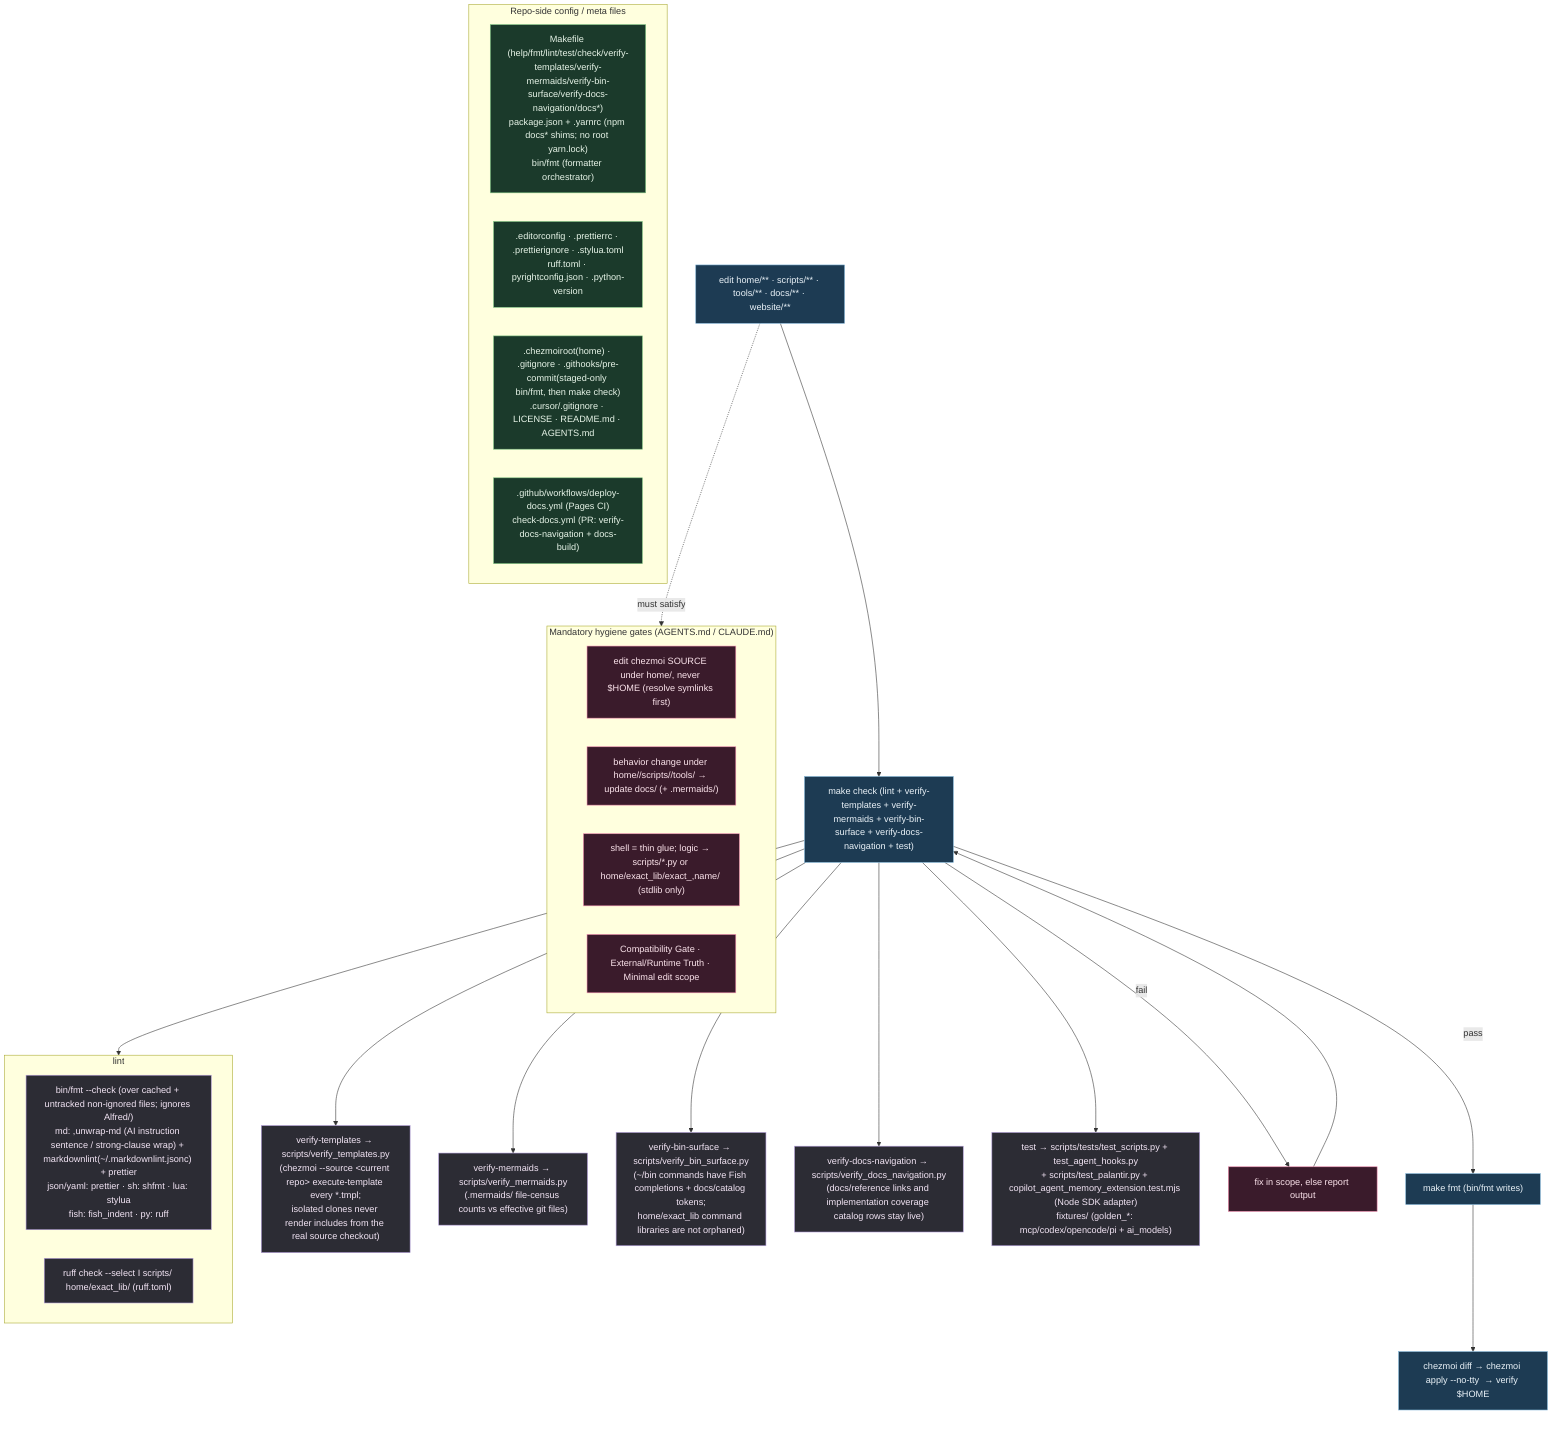
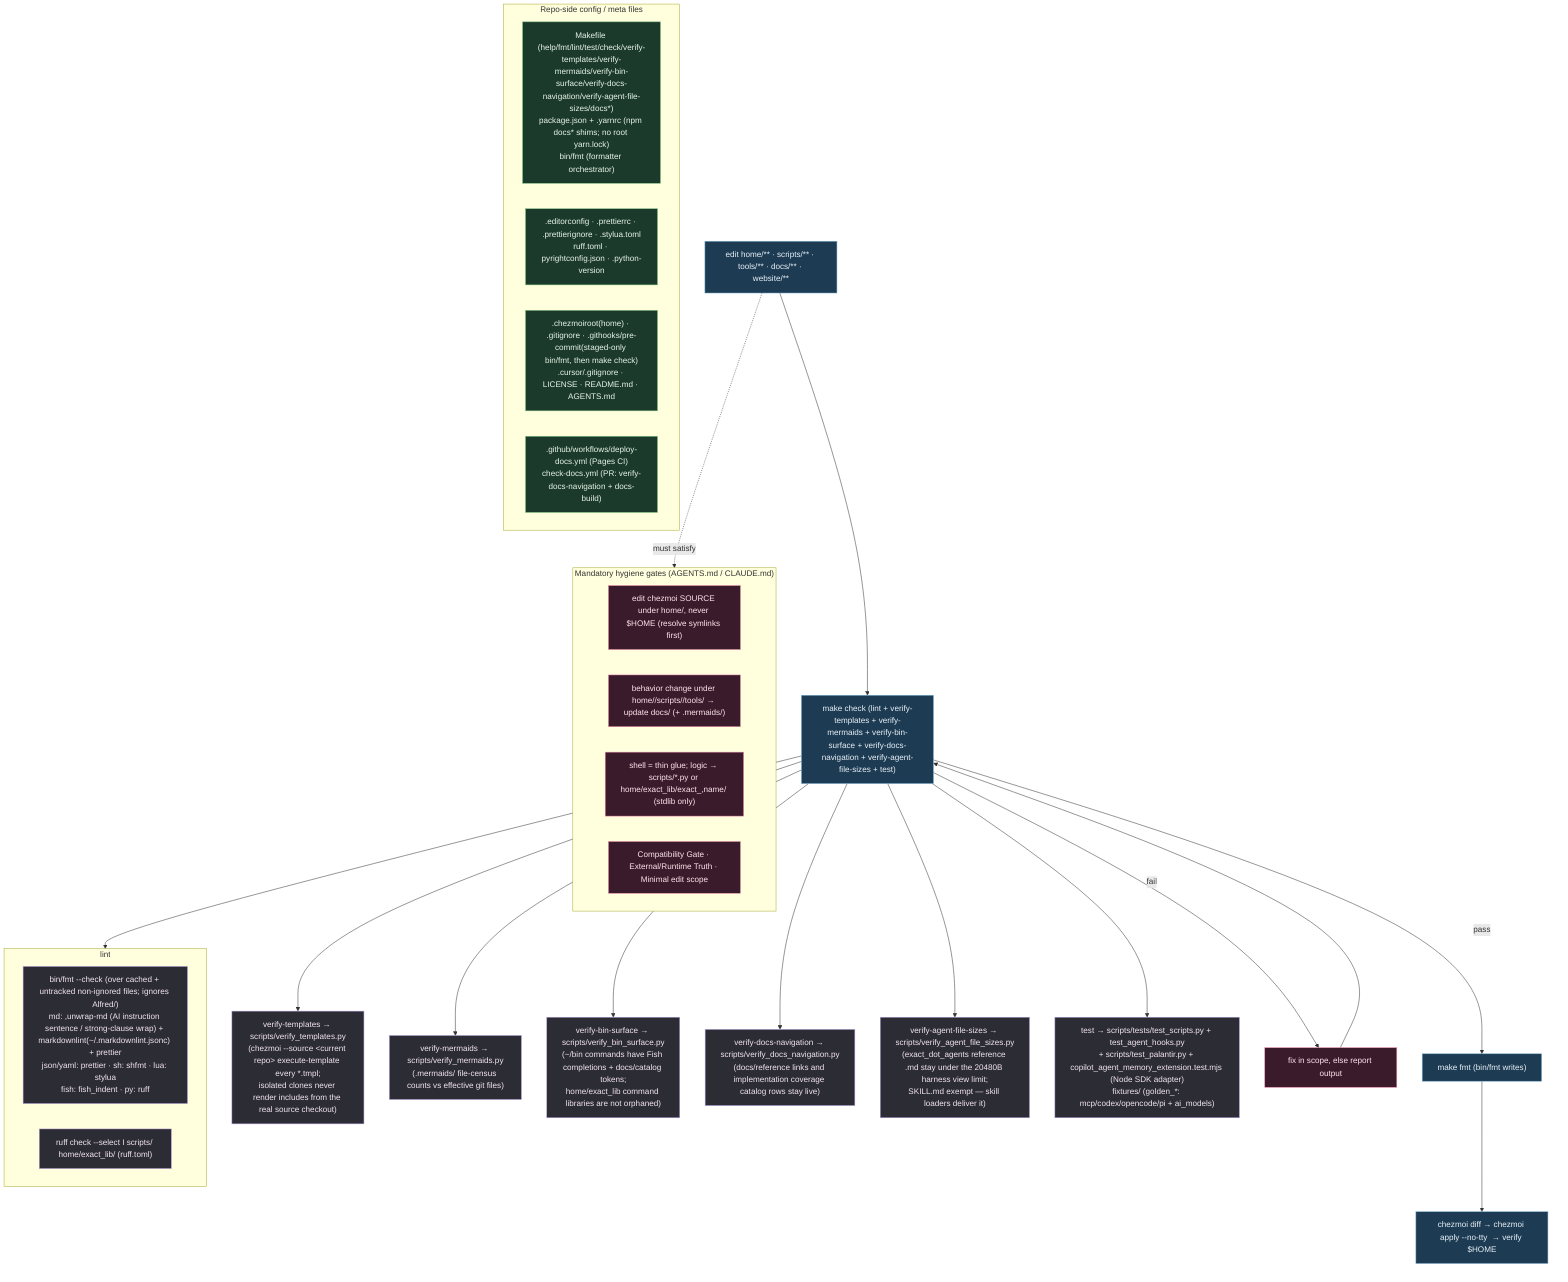
%% ============================================================================
%% 09-repo-validation.mmd — Repo dev loop + every repo-side config/meta file.
%% After every change: `make check` then `make fmt`. bin/fmt operates over the
%% effective git file set (cached + untracked, non-ignored; .mmd files untouched).
%% ============================================================================
flowchart TD
    classDef mk fill:#1d3b53,stroke:#7fb3d5,color:#eaf2f8;
    classDef tool fill:#2c2c34,stroke:#b39ddb,color:#f3e5f5;
    classDef gate fill:#3a1b2b,stroke:#f48fb1,color:#fce4ec;
    classDef cfg fill:#1b3a2b,stroke:#81c784,color:#e8f5e9;

-     EDIT["edit home/** · scripts/** · tools/** · docs/** · website/**"]:::mk --> CHECK["make check (lint + verify-templates + verify-mermaids + verify-bin-surface + verify-docs-navigation + test)"]:::mk
+     EDIT["edit home/** · scripts/** · tools/** · docs/** · website/**"]:::mk --> CHECK["make check (lint + verify-templates + verify-mermaids + verify-bin-surface + verify-docs-navigation + verify-agent-file-sizes + test)"]:::mk

    subgraph LINT["lint"]
        FMT["bin/fmt --check (over cached + untracked non-ignored files; ignores Alfred/)<br/>md: ,unwrap-md (AI instruction sentence / strong-clause wrap) + markdownlint(~/.markdownlint.jsonc) + prettier<br/>json/yaml: prettier · sh: shfmt · lua: stylua<br/>fish: fish_indent · py: ruff"]:::tool
        RUFFI["ruff check --select I scripts/ home/exact_lib/ (ruff.toml)"]:::tool
    end
    VT["verify-templates → scripts/verify_templates.py<br/>(chezmoi --source &lt;current repo&gt; execute-template every *.tmpl;<br/>isolated clones never render includes from the real source checkout)"]:::tool
    VM["verify-mermaids → scripts/verify_mermaids.py<br/>(.mermaids/ file-census counts vs effective git files)"]:::tool
    VB["verify-bin-surface → scripts/verify_bin_surface.py<br/>(~/bin commands have Fish completions + docs/catalog tokens;<br/>home/exact_lib command libraries are not orphaned)"]:::tool
    VDN["verify-docs-navigation → scripts/verify_docs_navigation.py<br/>(docs/reference links and implementation coverage catalog rows stay live)"]:::tool
+     VAF["verify-agent-file-sizes → scripts/verify_agent_file_sizes.py<br/>(exact_dot_agents reference .md stay under the 20480B harness view limit;<br/>SKILL.md exempt — skill loaders deliver it)"]:::tool
    TST["test → scripts/tests/test_scripts.py + test_agent_hooks.py<br/>+ scripts/test_palantir.py + copilot_agent_memory_extension.test.mjs (Node SDK adapter)<br/>fixtures/ (golden_*: mcp/codex/opencode/pi + ai_models)"]:::tool
-     CHECK --> LINT & VT & VM & VB & VDN & TST
+     CHECK --> LINT & VT & VM & VB & VDN & VAF & TST

    CHECK -->|fail| FIX["fix in scope, else report output"]:::gate --> CHECK
    CHECK -->|pass| FMTW["make fmt (bin/fmt writes)"]:::mk
    FMTW --> APPLY["chezmoi diff → chezmoi apply --no-tty <target> → verify $HOME"]:::mk

    subgraph CONFIG["Repo-side config / meta files"]
-         C1["Makefile (help/fmt/lint/test/check/verify-templates/verify-mermaids/verify-bin-surface/verify-docs-navigation/docs*)<br/>package.json + .yarnrc (npm docs* shims; no root yarn.lock)<br/>bin/fmt (formatter orchestrator)"]:::cfg
+         C1["Makefile (help/fmt/lint/test/check/verify-templates/verify-mermaids/verify-bin-surface/verify-docs-navigation/verify-agent-file-sizes/docs*)<br/>package.json + .yarnrc (npm docs* shims; no root yarn.lock)<br/>bin/fmt (formatter orchestrator)"]:::cfg
        C2[".editorconfig · .prettierrc · .prettierignore · .stylua.toml<br/>ruff.toml · pyrightconfig.json · .python-version"]:::cfg
        C3[".chezmoiroot(home) · .gitignore · .githooks/pre-commit(staged-only bin/fmt, then make check)<br/>.cursor/.gitignore · LICENSE · README.md · AGENTS.md"]:::cfg
        C4[".github/workflows/deploy-docs.yml (Pages CI)<br/>check-docs.yml (PR: verify-docs-navigation + docs-build)"]:::cfg
    end

    subgraph HYG["Mandatory hygiene gates (AGENTS.md / CLAUDE.md)"]
        G1["edit chezmoi SOURCE under home/, never $HOME (resolve symlinks first)"]:::gate
        G2["behavior change under home//scripts//tools/ → update docs/ (+ .mermaids/)"]:::gate
        G3["shell = thin glue; logic → scripts/*.py or home/exact_lib/exact_,name/ (stdlib only)"]:::gate
        G4["Compatibility Gate · External/Runtime Truth · Minimal edit scope"]:::gate
    end
    EDIT -.must satisfy.-> HYG
